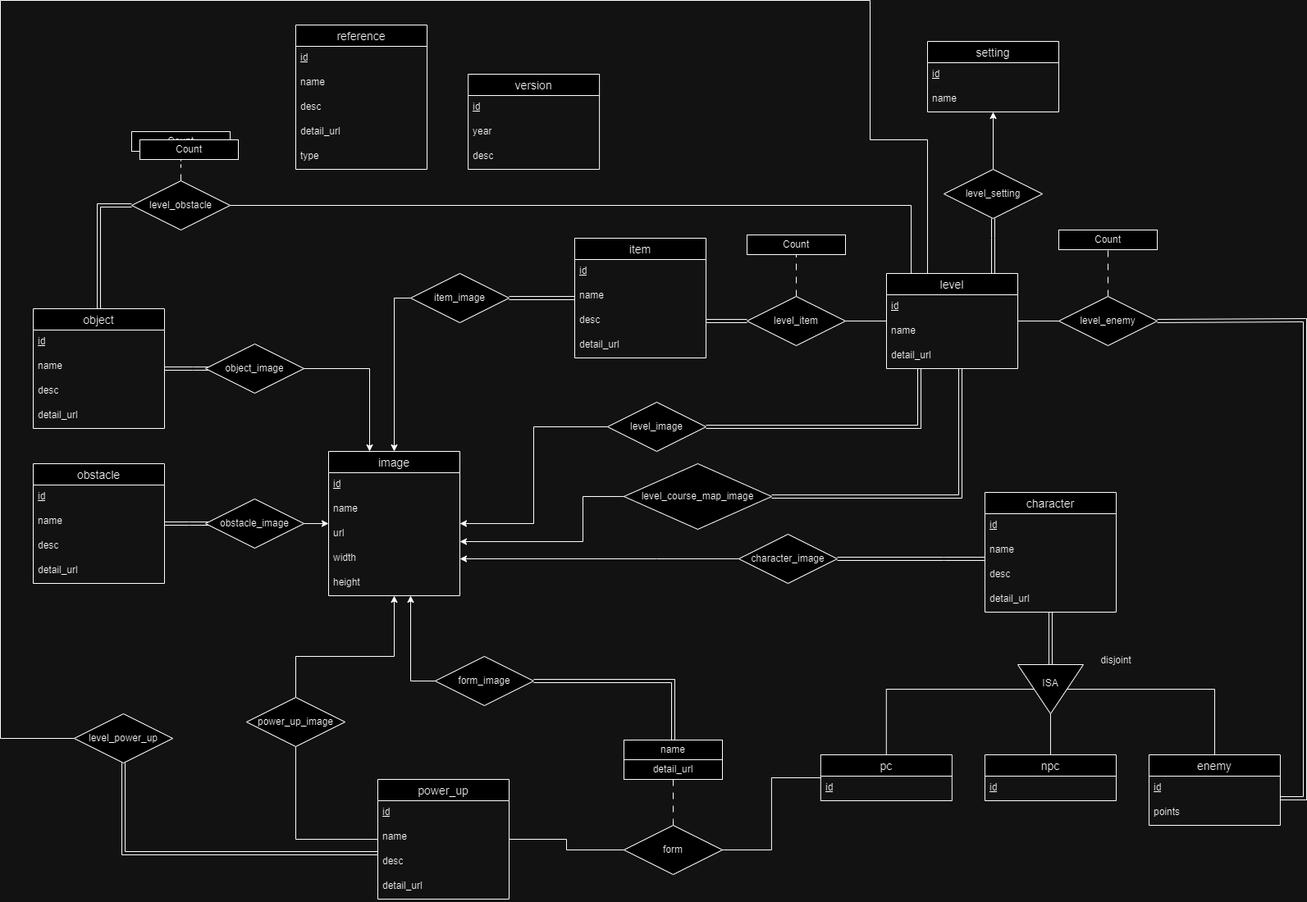
wargabasdat/Seleksi-2024-Tugas-1 keeps this draw.io diagram as Data Storing/design/Mario-DB-ER.drawio.png. Above is the earlier version. Source tidied: cells renumbered, new cells last; positions are measured from the earlier drawing's top-left corner, leaving out a move shared by most shapes.
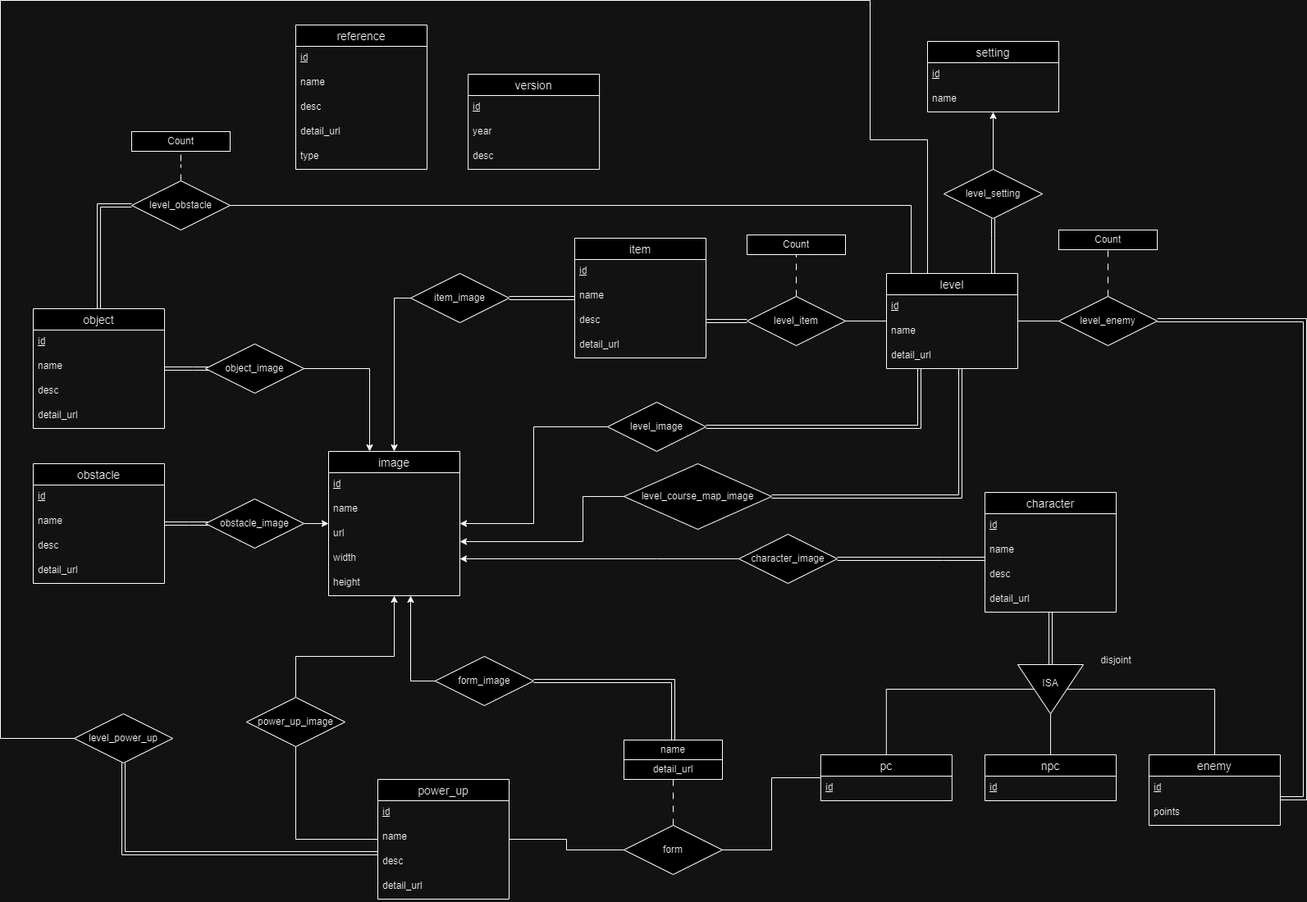
After the change.

Change to the diagram source:
```diff
@@ -431,9 +431,6 @@
     <mxCell id="113" value="level_power_up" style="shape=rhombus;perimeter=rhombusPerimeter;whiteSpace=wrap;html=1;align=center;labelBackgroundColor=none;" parent="1" vertex="1">
       <mxGeometry x="90" y="870" width="120" height="60" as="geometry" />
     </mxCell>
-    <mxCell id="114" value="Count" style="rounded=0;whiteSpace=wrap;html=1;" parent="1" vertex="1">
-      <mxGeometry x="170" y="170" width="120" height="24" as="geometry" />
-    </mxCell>
     <mxCell id="115" value="name" style="rounded=0;whiteSpace=wrap;html=1;" parent="1" vertex="1">
       <mxGeometry x="760" y="902" width="120" height="24" as="geometry" />
     </mxCell>
```
